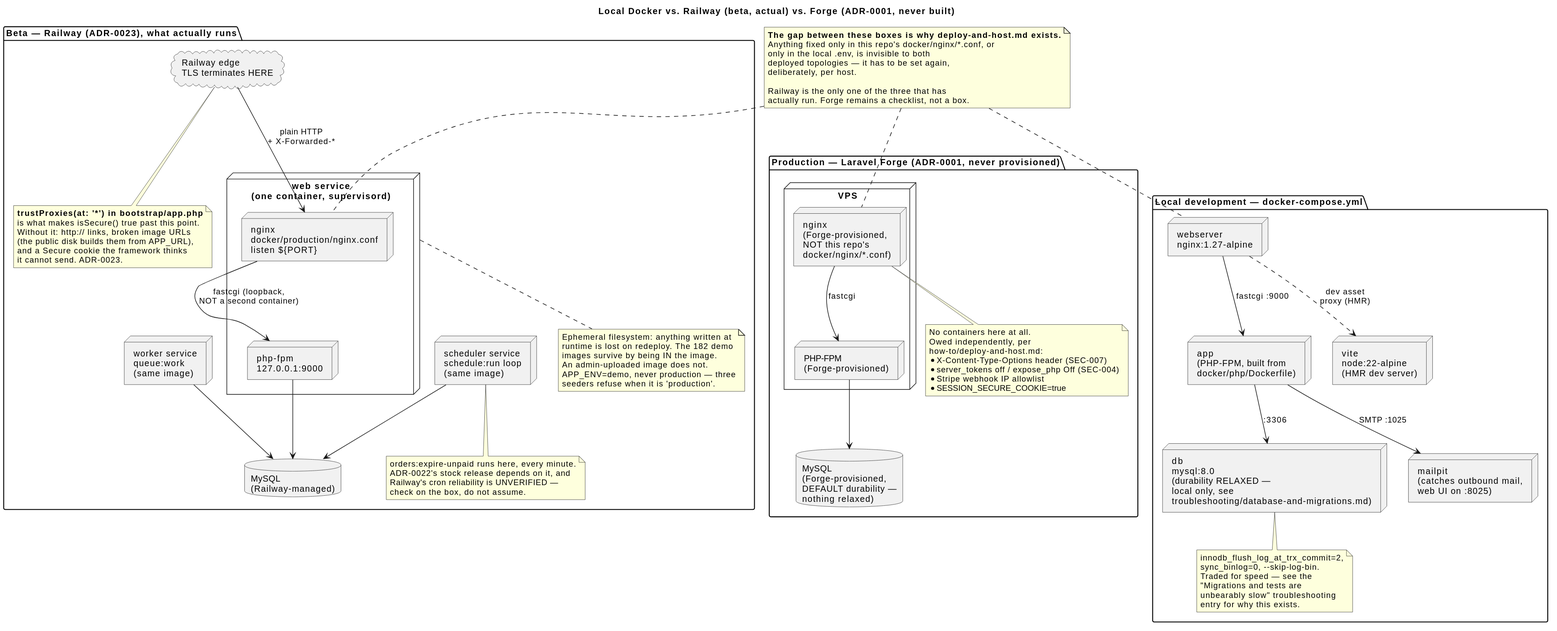
Before: docs/reference/diagrams/deployment/deployment.svg, a diagram exported from PlantUML (StefanMarinkov05/Amazoff-PHP).
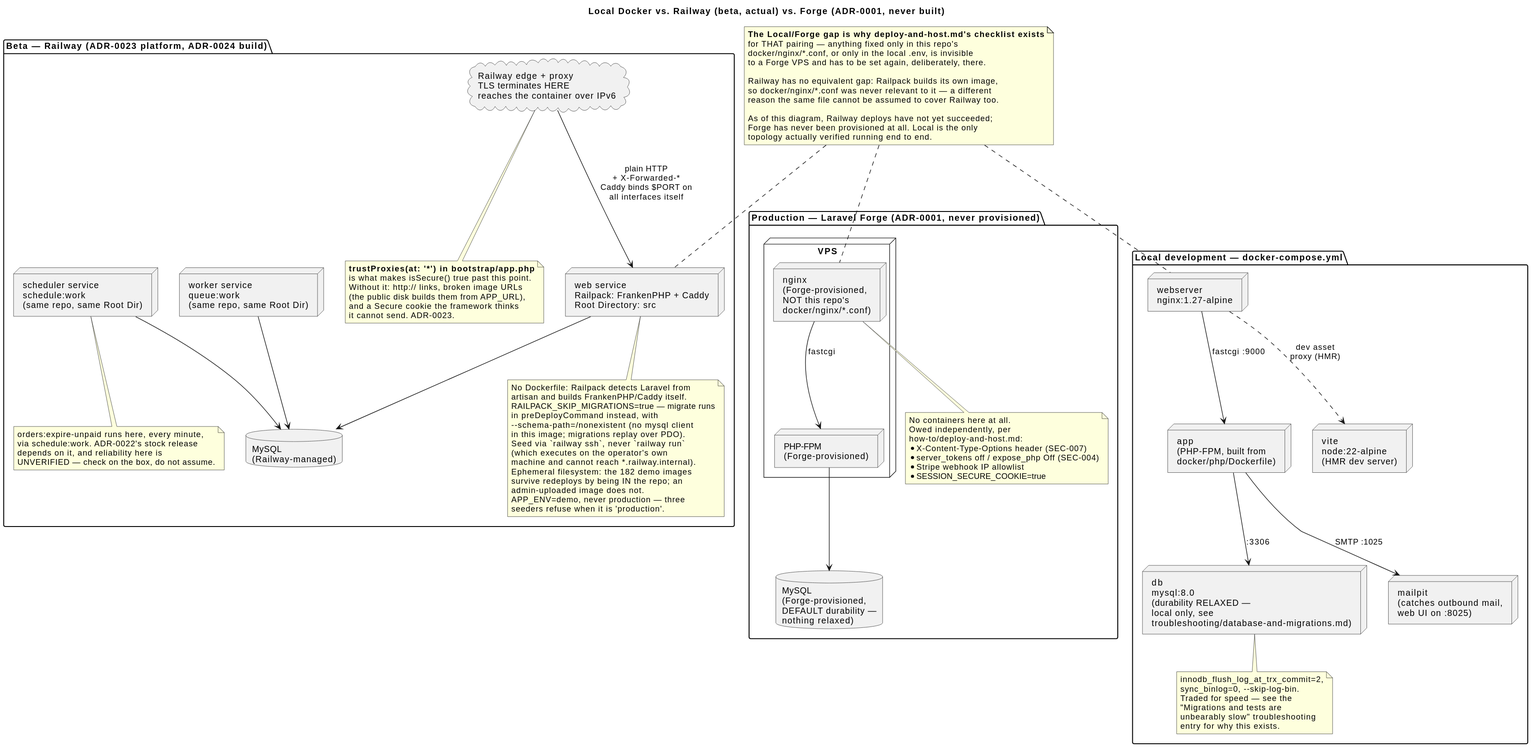
Later version of the same file.

Commit message:
docs(deploy): record the Railpack switch and correct the Railway runbook

Change to the diagram source:
```diff
@@ -24,20 +24,16 @@
   end note
 }
 
-package "Beta — Railway (ADR-0023), what actually runs" {
-  node "web service\n(one container, supervisord)" as RailwayWeb {
-    node "nginx\ndocker/production/nginx.conf\nlisten ${PORT}" as RailwayNginx
-    node "php-fpm\n127.0.0.1:9000" as RailwayFpm
-  }
-  node "worker service\nqueue:work\n(same image)" as RailwayWorker
-  node "scheduler service\nschedule:run loop\n(same image)" as RailwayCron
+package "Beta — Railway (ADR-0023 platform, ADR-0024 build)" {
+  node "web service\nRailpack: FrankenPHP + Caddy\nRoot Directory: src" as RailwayWeb
+  node "worker service\nqueue:work\n(same repo, same Root Dir)" as RailwayWorker
+  node "scheduler service\nschedule:work\n(same repo, same Root Dir)" as RailwayCron
   database "MySQL\n(Railway-managed)" as RailwayDB
 
-  cloud "Railway edge\nTLS terminates HERE" as RailwayEdge
+  cloud "Railway edge + proxy\nTLS terminates HERE\nreaches the container over IPv6" as RailwayEdge
 
-  RailwayEdge --> RailwayNginx : plain HTTP\n+ X-Forwarded-*
-  RailwayNginx --> RailwayFpm : fastcgi (loopback,\nNOT a second container)
-  RailwayFpm --> RailwayDB
+  RailwayEdge --> RailwayWeb : plain HTTP\n+ X-Forwarded-*\nCaddy binds $PORT on\nall interfaces itself
+  RailwayWeb --> RailwayDB
   RailwayWorker --> RailwayDB
   RailwayCron --> RailwayDB
 
@@ -51,17 +47,25 @@
   end note
 
   note bottom of RailwayCron
-    orders:expire-unpaid runs here, every minute.
-    ADR-0022's stock release depends on it, and
-    Railway's cron reliability is UNVERIFIED —
-    check on the box, do not assume.
+    orders:expire-unpaid runs here, every minute,
+    via schedule:work. ADR-0022's stock release
+    depends on it, and reliability here is
+    UNVERIFIED — check on the box, do not assume.
   end note
 
   note bottom of RailwayWeb
-    Ephemeral filesystem: anything written at
-    runtime is lost on redeploy. The 182 demo
-    images survive by being IN the image.
-    An admin-uploaded image does not.
+    No Dockerfile: Railpack detects Laravel from
+    artisan and builds FrankenPHP/Caddy itself.
+    RAILPACK_SKIP_MIGRATIONS=true — migrate runs
+    in preDeployCommand instead, with
+    --schema-path=/nonexistent (no mysql client
+    in this image; migrations replay over PDO).
+    Seed via `railway ssh`, never `railway run`
+    (which executes on the operator's own
+    machine and cannot reach *.railway.internal).
+    Ephemeral filesystem: the 182 demo images
+    survive redeploys by being IN the repo; an
+    admin-uploaded image does not.
     APP_ENV=demo, never production — three
     seeders refuse when it is 'production'.
   end note
@@ -88,21 +92,25 @@
   end note
 }
 
-LocalNginx -[hidden]right-> RailwayNginx
-RailwayNginx -[hidden]right-> ProdNginx
+LocalNginx -[hidden]right-> RailwayWeb
+RailwayWeb -[hidden]right-> ProdNginx
 
 note as Gap
-  <b>The gap between these boxes is why deploy-and-host.md exists.</b>
-  Anything fixed only in this repo's docker/nginx/*.conf, or
-  only in the local .env, is invisible to both
-  deployed topologies — it has to be set again,
-  deliberately, per host.
+  <b>The Local/Forge gap is why deploy-and-host.md's checklist exists</b>
+  for THAT pairing — anything fixed only in this repo's
+  docker/nginx/*.conf, or only in the local .env, is invisible
+  to a Forge VPS and has to be set again, deliberately, there.
 
-  Railway is the only one of the three that has
-  actually run. Forge remains a checklist, not a box.
+  Railway has no equivalent gap: Railpack builds its own image,
+  so docker/nginx/*.conf was never relevant to it — a different
+  reason the same file cannot be assumed to cover Railway too.
+
+  As of this diagram, Railway deploys have not yet succeeded;
+  Forge has never been provisioned at all. Local is the only
+  topology actually verified running end to end.
 end note
 
 Gap .. LocalNginx
-Gap .. RailwayNginx
+Gap .. RailwayWeb
 Gap .. ProdNginx
 @enduml
```
